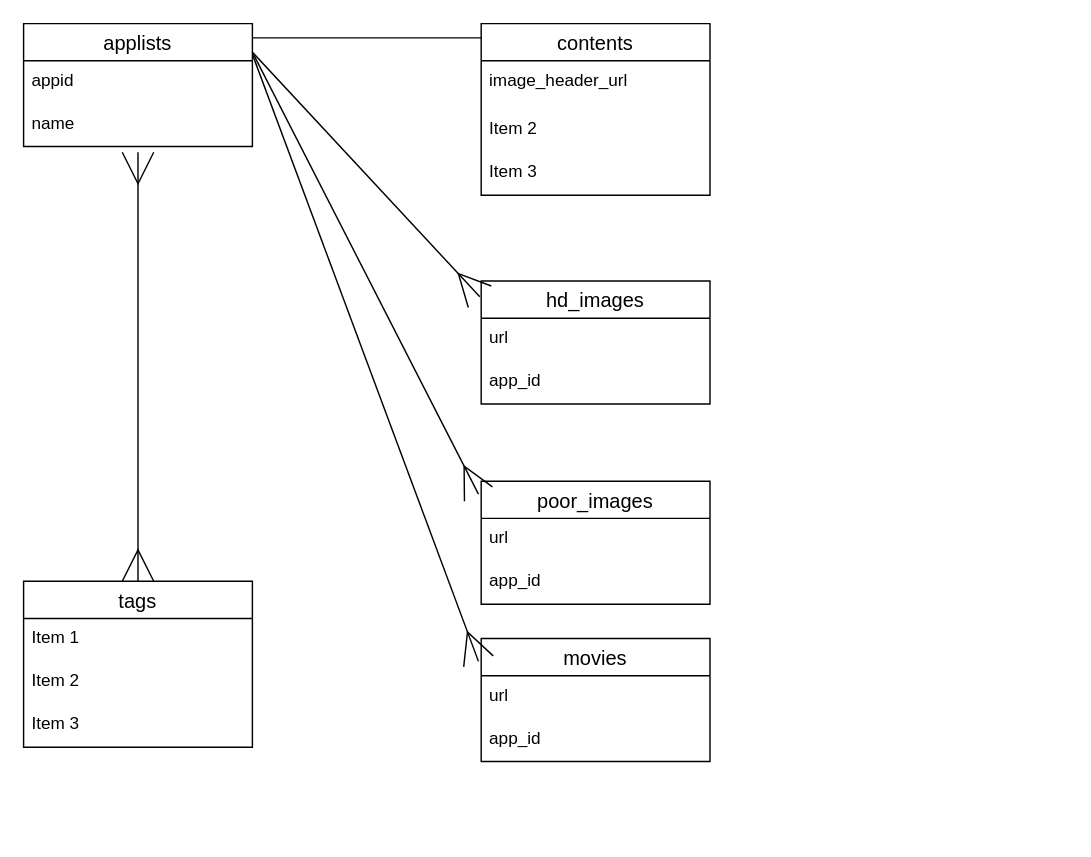
This is steam-app.dio from kzk00001/steam-app, a draw.io file, before an edit. Source tidied: cells renumbered, new cells numbered last; positions are measured from the earlier drawing's top-left corner, leaving out a move shared by most shapes. Both pictures are drawn from the tidied source at 143%, with x=0, y=0 at pixel (23, 23).
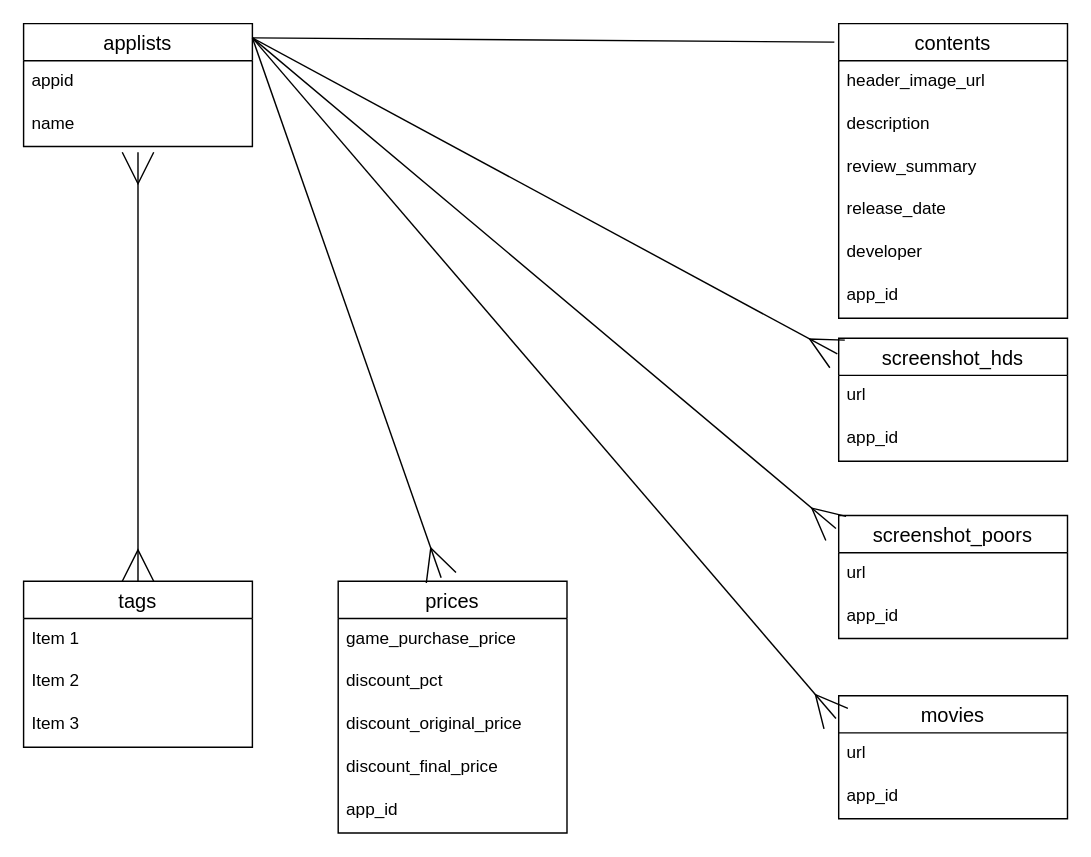
After the change.

The change refers to these unchanged cells:
```xml
<mxCell id="2" value="applists" style="swimlane;fontStyle=0;horizontal=1;startSize=26;align=center;fontSize=14;" parent="1" vertex="1">
  <mxGeometry width="160" height="86" as="geometry" />
</mxCell>
```

Change to the diagram source:
```diff
@@
-    <mxCell id="9" value="contents" style="swimlane;fontStyle=0;horizontal=1;startSize=26;align=center;fontSize=14;" parent="1" vertex="1">
-      <mxGeometry x="320" width="160" height="120" as="geometry" />
-    </mxCell>
-    <mxCell id="10" value="image_header_url" style="text;strokeColor=none;fillColor=none;spacingLeft=4;spacingRight=4;overflow=hidden;fontSize=12;" parent="9" vertex="1">
-      <mxGeometry y="26" width="160" height="34" as="geometry" />
-    </mxCell>
-    <mxCell id="11" value="Item 2" style="text;strokeColor=none;fillColor=none;spacingLeft=4;spacingRight=4;overflow=hidden;fontSize=12;" parent="9" vertex="1">
-      <mxGeometry y="60" width="160" height="30" as="geometry" />
-    </mxCell>
-    <mxCell id="12" value="Item 3" style="text;strokeColor=none;fillColor=none;spacingLeft=4;spacingRight=4;overflow=hidden;fontSize=12;" parent="9" vertex="1">
-      <mxGeometry y="90" width="160" height="30" as="geometry" />
-    </mxCell>
-    <mxCell id="13" value="hd_images" style="swimlane;fontStyle=0;horizontal=1;startSize=26;align=center;fontSize=14;" parent="1" vertex="1">
-      <mxGeometry x="320" y="180" width="160" height="86" as="geometry" />
+    <mxCell id="13" value="screenshot_hds" style="swimlane;fontStyle=0;horizontal=1;startSize=26;align=center;fontSize=14;" parent="1" vertex="1">
+      <mxGeometry x="570" y="220" width="160" height="86" as="geometry" />
     </mxCell>
@@
-    <mxCell id="16" value="poor_images" style="swimlane;fontStyle=0;horizontal=1;startSize=26;align=center;fontSize=14;" parent="1" vertex="1">
-      <mxGeometry x="320" y="320" width="160" height="86" as="geometry" />
+    <mxCell id="16" value="screenshot_poors" style="swimlane;fontStyle=0;horizontal=1;startSize=26;align=center;fontSize=14;" parent="1" vertex="1">
+      <mxGeometry x="570" y="344" width="160" height="86" as="geometry" />
     </mxCell>
@@
-    <mxCell id="19" style="endArrow=none;html=1;rounded=0;" parent="1" edge="1">
+    <mxCell id="19" style="endArrow=none;html=1;rounded=0;entryX=-0.019;entryY=0.063;entryDx=0;entryDy=0;entryPerimeter=0;" parent="1" edge="1" target="9">
       <mxGeometry relative="1" as="geometry">
         <mxPoint x="160" y="10" as="sourcePoint" />
-        <mxPoint x="320" y="10" as="targetPoint" />
       </mxGeometry>
     </mxCell>
     <mxCell id="20" value="movies" style="swimlane;fontStyle=0;horizontal=1;startSize=26;align=center;fontSize=14;" parent="1" vertex="1">
-      <mxGeometry x="320" y="430" width="160" height="86" as="geometry" />
+      <mxGeometry x="570" y="470" width="160" height="86" as="geometry" />
     </mxCell>
@@
     <mxCell id="24" style="endArrow=ERmany;html=1;rounded=0;entryX=-0.006;entryY=0.128;entryDx=0;entryDy=0;entryPerimeter=0;endFill=0;endSize=20;" parent="1" edge="1" target="13">
       <mxGeometry relative="1" as="geometry">
-        <mxPoint x="160" y="20" as="sourcePoint" />
+        <mxPoint x="160" y="10" as="sourcePoint" />
       </mxGeometry>
     </mxCell>
     <mxCell id="25" style="endArrow=ERmany;html=1;rounded=0;entryX=-0.012;entryY=0.105;entryDx=0;entryDy=0;entryPerimeter=0;endFill=0;jumpSize=20;endSize=20;" parent="1" edge="1" target="16">
       <mxGeometry relative="1" as="geometry">
-        <mxPoint x="160" y="20" as="sourcePoint" />
+        <mxPoint x="160" y="10" as="sourcePoint" />
       </mxGeometry>
     </mxCell>
-    <mxCell id="26" style="endArrow=ERmany;html=1;rounded=0;entryX=-0.012;entryY=0.186;entryDx=0;entryDy=0;entryPerimeter=0;exitX=1;exitY=0.25;exitDx=0;exitDy=0;endFill=0;endSize=20;" parent="1" edge="1" source="2" target="20">
-      <mxGeometry relative="1" as="geometry" />
+    <mxCell id="26" style="endArrow=ERmany;html=1;rounded=0;entryX=-0.012;entryY=0.186;entryDx=0;entryDy=0;entryPerimeter=0;endFill=0;endSize=20;" parent="1" edge="1" target="20">
+      <mxGeometry relative="1" as="geometry">
+        <mxPoint x="160" y="10" as="sourcePoint" />
+      </mxGeometry>
     </mxCell>
+    <mxCell id="9" value="contents" style="swimlane;fontStyle=0;horizontal=1;startSize=26;align=center;fontSize=14;" parent="1" vertex="1">
+      <mxGeometry x="570" width="160" height="206" as="geometry" />
+    </mxCell>
+    <mxCell id="27" value="header_image_url" style="text;strokeColor=none;fillColor=none;spacingLeft=4;spacingRight=4;overflow=hidden;fontSize=12;" parent="9" vertex="1">
+      <mxGeometry y="26" width="160" height="30" as="geometry" />
+    </mxCell>
+    <mxCell id="28" value="description" style="text;strokeColor=none;fillColor=none;spacingLeft=4;spacingRight=4;overflow=hidden;fontSize=12;" parent="9" vertex="1">
+      <mxGeometry y="56" width="160" height="30" as="geometry" />
+    </mxCell>
+    <mxCell id="29" value="review_summary" style="text;strokeColor=none;fillColor=none;spacingLeft=4;spacingRight=4;overflow=hidden;fontSize=12;" parent="9" vertex="1">
+      <mxGeometry y="86" width="160" height="30" as="geometry" />
+    </mxCell>
+    <mxCell id="30" value="release_date" style="text;strokeColor=none;fillColor=none;spacingLeft=4;spacingRight=4;overflow=hidden;fontSize=12;" parent="9" vertex="1">
+      <mxGeometry y="116" width="160" height="30" as="geometry" />
+    </mxCell>
+    <mxCell id="31" value="developer" style="text;strokeColor=none;fillColor=none;spacingLeft=4;spacingRight=4;overflow=hidden;fontSize=12;" parent="9" vertex="1">
+      <mxGeometry y="146" width="160" height="30" as="geometry" />
+    </mxCell>
+    <mxCell id="32" value="app_id" style="text;strokeColor=none;fillColor=none;spacingLeft=4;spacingRight=4;overflow=hidden;fontSize=12;" parent="9" vertex="1">
+      <mxGeometry y="176" width="160" height="30" as="geometry" />
+    </mxCell>
+    <mxCell id="33" value="prices" style="swimlane;fontStyle=0;horizontal=1;startSize=26;align=center;fontSize=14;" parent="1" vertex="1">
+      <mxGeometry x="220" y="390" width="160" height="176" as="geometry" />
+    </mxCell>
+    <mxCell id="34" value="game_purchase_price" style="text;strokeColor=none;fillColor=none;spacingLeft=4;spacingRight=4;overflow=hidden;fontSize=12;" parent="33" vertex="1">
+      <mxGeometry y="26" width="160" height="30" as="geometry" />
+    </mxCell>
+    <mxCell id="35" value="discount_pct" style="text;strokeColor=none;fillColor=none;spacingLeft=4;spacingRight=4;overflow=hidden;fontSize=12;" parent="33" vertex="1">
+      <mxGeometry y="56" width="160" height="30" as="geometry" />
+    </mxCell>
+    <mxCell id="36" value="discount_original_price" style="text;strokeColor=none;fillColor=none;spacingLeft=4;spacingRight=4;overflow=hidden;fontSize=12;" parent="33" vertex="1">
+      <mxGeometry y="86" width="160" height="30" as="geometry" />
+    </mxCell>
+    <mxCell id="37" value="discount_final_price" style="text;strokeColor=none;fillColor=none;spacingLeft=4;spacingRight=4;overflow=hidden;fontSize=12;" parent="33" vertex="1">
+      <mxGeometry y="116" width="160" height="30" as="geometry" />
+    </mxCell>
+    <mxCell id="38" value="app_id" style="text;strokeColor=none;fillColor=none;spacingLeft=4;spacingRight=4;overflow=hidden;fontSize=12;" parent="33" vertex="1">
+      <mxGeometry y="146" width="160" height="30" as="geometry" />
+    </mxCell>
+    <mxCell id="39" style="endArrow=ERmany;html=1;rounded=0;entryX=0.45;entryY=-0.014;entryDx=0;entryDy=0;entryPerimeter=0;endFill=0;endSize=20;" parent="1" edge="1" target="33">
+      <mxGeometry relative="1" as="geometry">
+        <mxPoint x="160" y="10" as="sourcePoint" />
+      </mxGeometry>
+    </mxCell>
```
